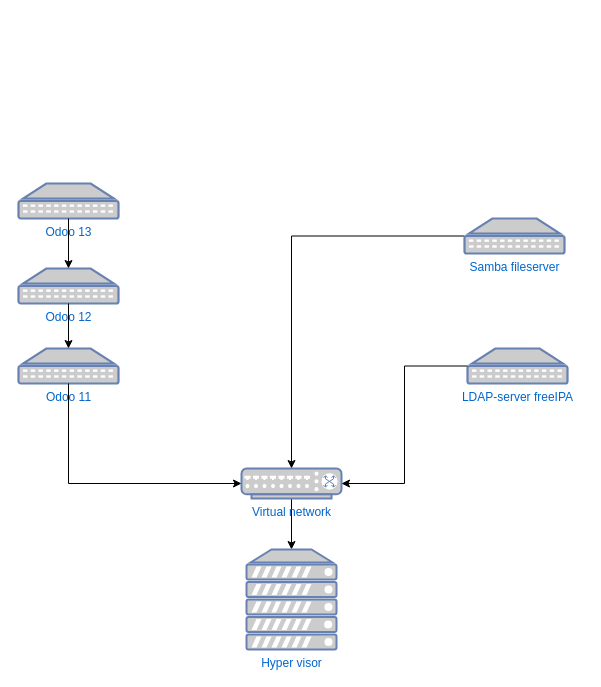
Before: Canna soll.drawio in TheodoorOneStein/TheodoorOneStein, a draw.io diagram. Source tidied: cells renumbered, new cells numbered last; positions are measured from the earlier drawing's top-left corner, leaving out a move shared by most shapes. Both pictures are drawn from the tidied source at 100%, with x=0, y=0 at pixel (18, 183).
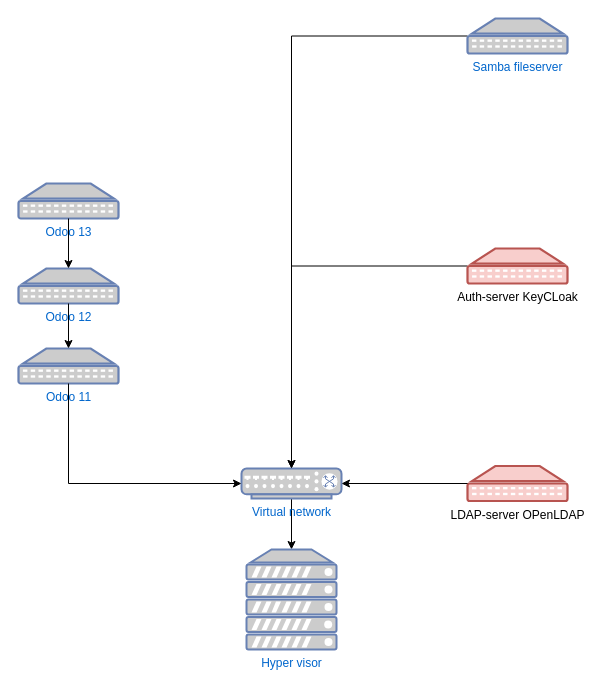
After the change.

What changed in the source:
```diff
@@
 <mxGraphModel>
   <root>
     <mxCell id="0" />
     <mxCell id="1" parent="0" />
     <mxCell id="2" style="edgeStyle=orthogonalEdgeStyle;rounded=0;jettySize=auto;html=1;exitX=0.5;exitY=1;exitDx=0;exitDy=0;exitPerimeter=0;" parent="1" edge="1" source="3" target="4">
       <mxGeometry relative="1" as="geometry" />
     </mxCell>
     <mxCell id="3" value="Virtual network" style="fontColor=#0066CC;verticalAlign=top;verticalLabelPosition=bottom;labelPosition=center;align=center;html=1;outlineConnect=0;fillColor=#CCCCCC;strokeColor=#6881B3;gradientColor=none;gradientDirection=north;strokeWidth=2;shape=mxgraph.networks.switch;" parent="1" vertex="1">
       <mxGeometry x="223" y="285" width="100" height="30" as="geometry" />
     </mxCell>
     <mxCell id="4" value="Hyper visor" style="fontColor=#0066CC;verticalAlign=top;verticalLabelPosition=bottom;labelPosition=center;align=center;html=1;outlineConnect=0;fillColor=#CCCCCC;strokeColor=#6881B3;gradientColor=none;gradientDirection=north;strokeWidth=2;shape=mxgraph.networks.server;" parent="1" vertex="1">
       <mxGeometry x="228" y="366" width="90" height="100" as="geometry" />
     </mxCell>
     <mxCell id="5" value="Odoo 11" style="fontColor=#0066CC;verticalAlign=top;verticalLabelPosition=bottom;labelPosition=center;align=center;html=1;outlineConnect=0;fillColor=#CCCCCC;strokeColor=#6881B3;gradientColor=none;gradientDirection=north;strokeWidth=2;shape=mxgraph.networks.patch_panel;" parent="1" vertex="1">
       <mxGeometry y="165" width="100" height="35" as="geometry" />
     </mxCell>
     <mxCell id="6" value="Odoo 12" style="fontColor=#0066CC;verticalAlign=top;verticalLabelPosition=bottom;labelPosition=center;align=center;html=1;outlineConnect=0;fillColor=#CCCCCC;strokeColor=#6881B3;gradientColor=none;gradientDirection=north;strokeWidth=2;shape=mxgraph.networks.patch_panel;" parent="1" vertex="1">
       <mxGeometry y="85" width="100" height="35" as="geometry" />
     </mxCell>
     <mxCell id="7" value="Odoo 13" style="fontColor=#0066CC;verticalAlign=top;verticalLabelPosition=bottom;labelPosition=center;align=center;html=1;outlineConnect=0;fillColor=#CCCCCC;strokeColor=#6881B3;gradientColor=none;gradientDirection=north;strokeWidth=2;shape=mxgraph.networks.patch_panel;" parent="1" vertex="1">
       <mxGeometry width="100" height="35" as="geometry" />
     </mxCell>
     <mxCell id="8" style="edgeStyle=orthogonalEdgeStyle;rounded=0;jettySize=auto;html=1;" parent="1" edge="1" source="9" target="3">
       <mxGeometry relative="1" as="geometry" />
     </mxCell>
     <mxCell id="9" value="Samba fileserver" style="fontColor=#0066CC;verticalAlign=top;verticalLabelPosition=bottom;labelPosition=center;align=center;html=1;outlineConnect=0;fillColor=#CCCCCC;strokeColor=#6881B3;gradientColor=none;gradientDirection=north;strokeWidth=2;shape=mxgraph.networks.patch_panel;" parent="1" vertex="1">
-      <mxGeometry x="446" y="35" width="100" height="35" as="geometry" />
+      <mxGeometry x="449" y="-165" width="100" height="35" as="geometry" />
     </mxCell>
-    <mxCell id="10" value="LDAP-server freeIPA" style="fontColor=#0066CC;verticalAlign=top;verticalLabelPosition=bottom;labelPosition=center;align=center;html=1;outlineConnect=0;fillColor=#CCCCCC;strokeColor=#6881B3;gradientColor=none;gradientDirection=north;strokeWidth=2;shape=mxgraph.networks.patch_panel;" parent="1" vertex="1">
-      <mxGeometry x="449" y="165" width="100" height="35" as="geometry" />
+    <mxCell id="10" value="LDAP-server OPenLDAP" style="verticalAlign=top;verticalLabelPosition=bottom;labelPosition=center;align=center;html=1;outlineConnect=0;fillColor=#f8cecc;strokeColor=#b85450;gradientDirection=north;strokeWidth=2;shape=mxgraph.networks.patch_panel;" parent="1" vertex="1">
+      <mxGeometry x="449" y="282.5" width="100" height="35" as="geometry" />
     </mxCell>
     <mxCell id="11" style="edgeStyle=orthogonalEdgeStyle;rounded=0;jettySize=auto;html=1;entryX=0.5;entryY=0;entryDx=0;entryDy=0;entryPerimeter=0;" parent="1" edge="1" source="7" target="6">
       <mxGeometry relative="1" as="geometry" />
     </mxCell>
     <mxCell id="12" style="edgeStyle=orthogonalEdgeStyle;rounded=0;jettySize=auto;html=1;exitX=0.5;exitY=1;exitDx=0;exitDy=0;exitPerimeter=0;entryX=0.5;entryY=0;entryDx=0;entryDy=0;entryPerimeter=0;" parent="1" edge="1" source="6" target="5">
       <mxGeometry relative="1" as="geometry" />
     </mxCell>
     <mxCell id="13" style="edgeStyle=orthogonalEdgeStyle;rounded=0;jettySize=auto;html=1;exitX=0.5;exitY=1;exitDx=0;exitDy=0;exitPerimeter=0;entryX=0;entryY=0.5;entryDx=0;entryDy=0;entryPerimeter=0;" parent="1" edge="1" source="5" target="3">
       <mxGeometry relative="1" as="geometry" />
     </mxCell>
     <mxCell id="14" style="edgeStyle=orthogonalEdgeStyle;rounded=0;jettySize=auto;html=1;entryX=1;entryY=0.5;entryDx=0;entryDy=0;entryPerimeter=0;" parent="1" edge="1" source="10" target="3">
       <mxGeometry relative="1" as="geometry" />
     </mxCell>
+    <mxCell id="15" style="edgeStyle=orthogonalEdgeStyle;rounded=0;jettySize=auto;html=1;" parent="1" edge="1" source="16" target="3">
+      <mxGeometry relative="1" as="geometry" />
+    </mxCell>
+    <mxCell id="16" value="Auth-server KeyCLoak" style="verticalAlign=top;verticalLabelPosition=bottom;labelPosition=center;align=center;html=1;outlineConnect=0;fillColor=#f8cecc;strokeColor=#b85450;gradientDirection=north;strokeWidth=2;shape=mxgraph.networks.patch_panel;" parent="1" vertex="1">
+      <mxGeometry x="449" y="65" width="100" height="35" as="geometry" />
+    </mxCell>
   </root>
 </mxGraphModel>
```
